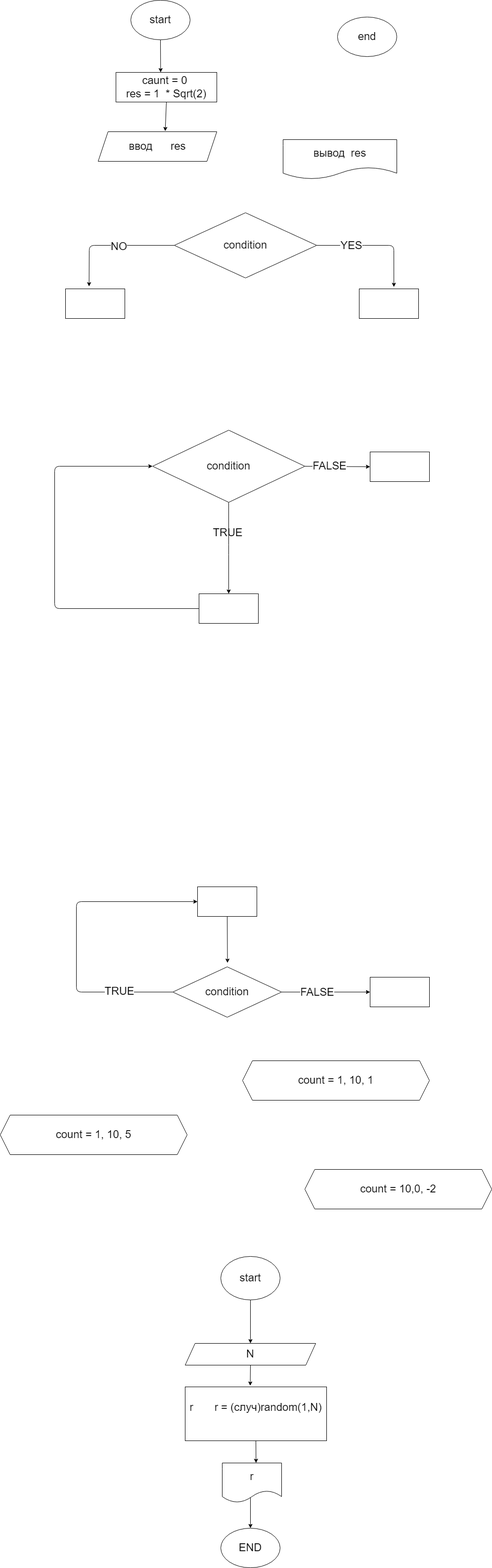
The draw.io diagram ex000.drawio.png in Guzel101035/practice_temp, before a commit. Source tidied: cells renumbered, new cells last; positions are measured from the earlier drawing's top-left corner, leaving out a move shared by most shapes.
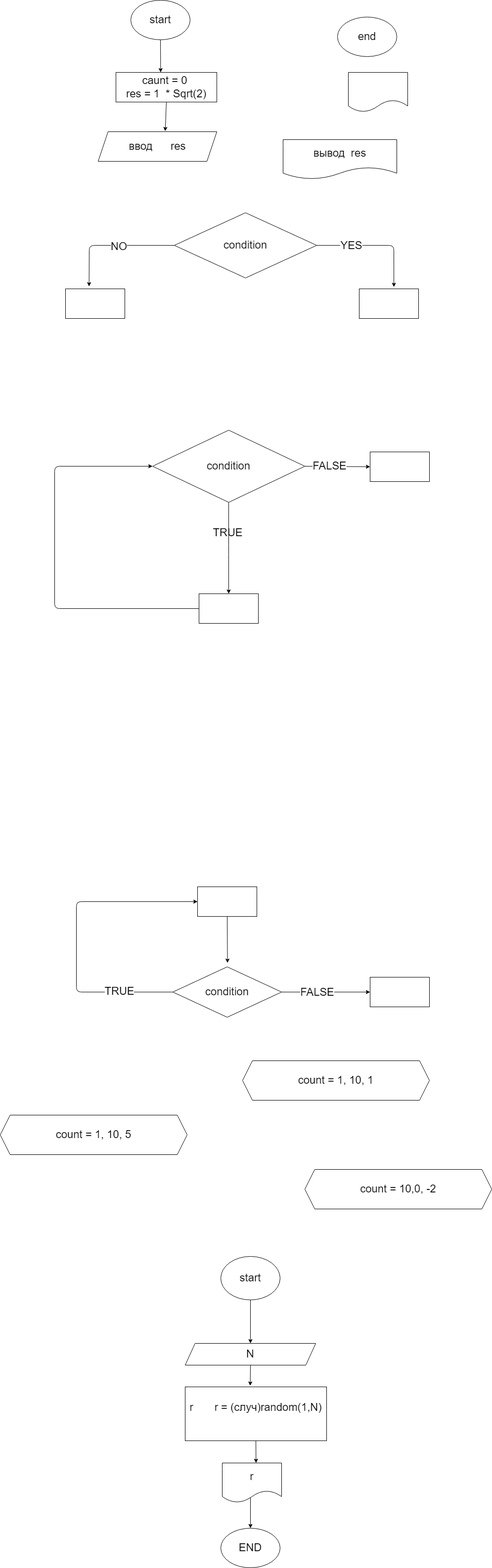
Later version of the same file.

Change to the diagram source:
```diff
@@ -157,5 +157,8 @@
     <mxCell id="43" value="&lt;font style=&quot;font-size: 22px&quot;&gt;end&lt;/font&gt;" style="ellipse;whiteSpace=wrap;html=1;" parent="1" vertex="1">
       <mxGeometry x="682" y="34" width="120" height="80" as="geometry" />
     </mxCell>
+    <mxCell id="44" style="shape=document;whiteSpace=wrap;html=1;boundedLbl=1;fontSize=22;" parent="1" vertex="1">
+      <mxGeometry x="704" y="146" width="120" height="80" as="geometry" />
+    </mxCell>
   </root>
 </mxGraphModel>
```
